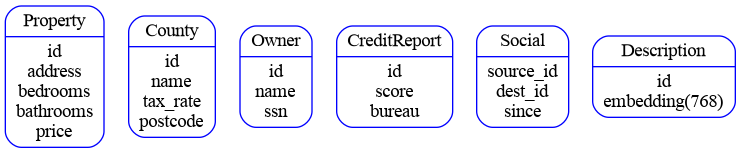
The Graphviz diagram docs/datasources.png in maguec/SpannerPropertyGraph, before a commit. Its source is kept beside it as docs/datasources.dot.
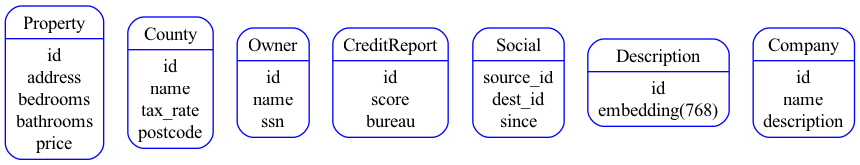
After the commit.

Commit message:
update docs to include company

The edit, as a diff of the source:
```diff
@@ -6,4 +6,5 @@
   CreditReport [label="{<f0> CreditReport|<f1> id\nscore\nbureau}"];
   Social [label="{<f0> Social|<f1> source_id\ndest_id\nsince}"];
   Description [label="{<f0> Description|<f1> id\nembedding(768)}"];
+  Company [label="{<f0> Company|<f1> id\nname\ndescription}"];
 }
```
